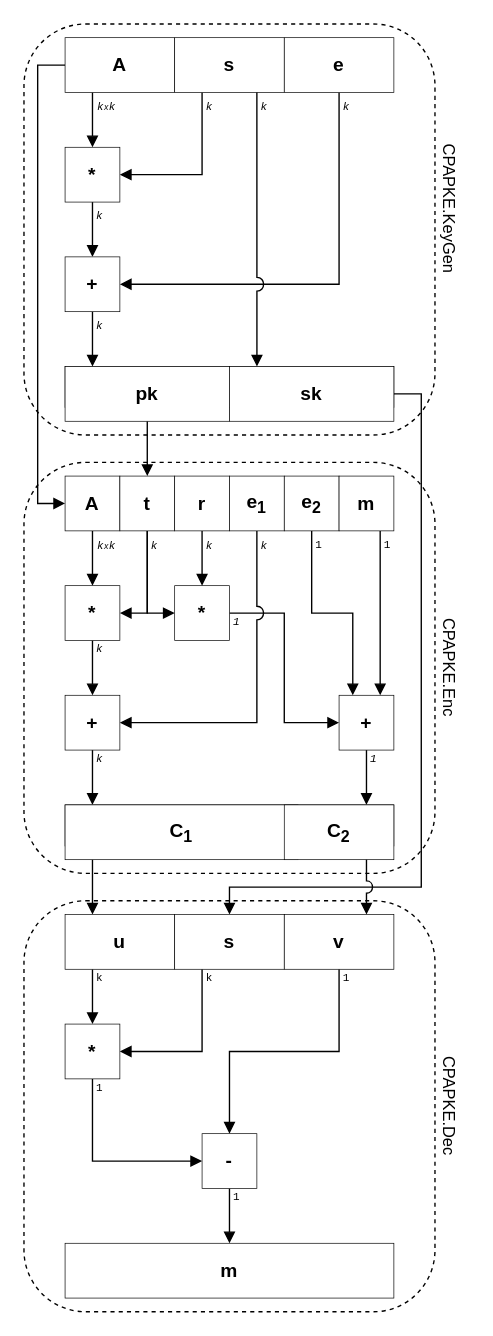
This is pictures/kyber_all.drawio from SamoKopecky/diploma-thesis-latex, a draw.io file, before an edit. Source tidied: cells renumbered, new cells numbered last; positions are measured from the earlier drawing's top-left corner, leaving out a move shared by most shapes. Both pictures are drawn from the tidied source at 137%, with x=0, y=0 at pixel (23, 23).
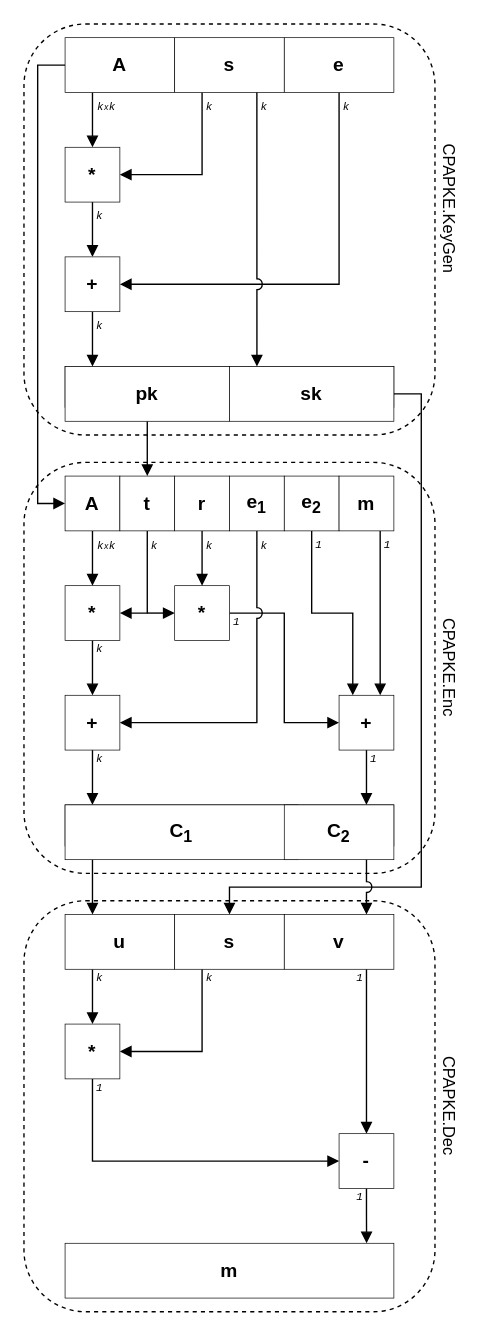
Above is the later version.

The change refers to these unchanged cells:
```xml
<mxCell id="7" value="&lt;b&gt;sk&lt;/b&gt;" style="rounded=0;whiteSpace=wrap;html=1;strokeWidth=0.5;fontFamily=Helvetica;fontSize=14;fillColor=default;" parent="1" vertex="1">
  <mxGeometry x="150" y="250" width="120" height="40" as="geometry" />
</mxCell>
<mxCell id="12" value="&lt;b&gt;s&lt;/b&gt;" style="rounded=0;whiteSpace=wrap;html=1;strokeWidth=0.5;fontFamily=Helvetica;fontSize=14;fillColor=default;" parent="1" vertex="1">
  <mxGeometry x="110" y="10" width="80" height="40" as="geometry" />
</mxCell>
<mxCell id="32" value="&lt;b&gt;+&lt;/b&gt;" style="rounded=0;whiteSpace=wrap;html=1;strokeWidth=0.5;fontFamily=Helvetica;fontSize=14;fillColor=default;" parent="1" vertex="1">
  <mxGeometry x="30" y="490" width="40" height="40" as="geometry" />
</mxCell>
<mxCell id="35" value="&lt;b&gt;t&lt;/b&gt;" style="rounded=0;whiteSpace=wrap;html=1;strokeWidth=0.5;fontFamily=Helvetica;fontSize=14;fillColor=default;" parent="33" vertex="1">
  <mxGeometry x="40" width="40" height="40" as="geometry" />
</mxCell>
<mxCell id="37" value="&lt;b&gt;e&lt;sub&gt;1&lt;/sub&gt;&lt;/b&gt;" style="rounded=0;whiteSpace=wrap;html=1;strokeWidth=0.5;fontFamily=Helvetica;fontSize=14;fillColor=default;" parent="33" vertex="1">
  <mxGeometry x="120" width="40" height="40" as="geometry" />
</mxCell>
<mxCell id="41" value="&lt;b&gt;*&lt;/b&gt;" style="rounded=0;whiteSpace=wrap;html=1;strokeWidth=0.5;fontFamily=Helvetica;fontSize=14;fillColor=default;" parent="1" vertex="1">
  <mxGeometry x="110" y="410" width="40" height="40" as="geometry" />
</mxCell>
<mxCell id="45" value="&lt;b&gt;C&lt;sub&gt;1&lt;/sub&gt;&lt;/b&gt;" style="rounded=0;whiteSpace=wrap;html=1;strokeWidth=0.5;fontFamily=Helvetica;fontSize=14;fillColor=default;" parent="1" vertex="1">
  <mxGeometry x="30" y="570" width="170" height="40" as="geometry" />
</mxCell>
<mxCell id="46" value="&lt;b&gt;C&lt;sub&gt;2&lt;/sub&gt;&lt;/b&gt;" style="rounded=0;whiteSpace=wrap;html=1;strokeWidth=0.5;fontFamily=Helvetica;fontSize=14;fillColor=default;" parent="1" vertex="1">
  <mxGeometry x="190" y="570" width="80" height="40" as="geometry" />
</mxCell>
<mxCell id="62" value="&lt;b&gt;m&lt;/b&gt;" style="rounded=0;whiteSpace=wrap;html=1;strokeWidth=0.5;fontFamily=Helvetica;fontSize=14;fillColor=default;" parent="1" vertex="1">
  <mxGeometry x="30" y="890" width="240" height="40" as="geometry" />
</mxCell>
<mxCell id="64" value="&lt;b&gt;u&lt;/b&gt;" style="rounded=0;whiteSpace=wrap;html=1;strokeWidth=0.5;fontFamily=Helvetica;fontSize=14;fillColor=default;" parent="1" vertex="1">
  <mxGeometry x="30" y="650" width="80" height="40" as="geometry" />
</mxCell>
<mxCell id="66" value="&lt;b&gt;s&lt;/b&gt;" style="rounded=0;whiteSpace=wrap;html=1;strokeWidth=0.5;fontFamily=Helvetica;fontSize=14;fillColor=default;" parent="1" vertex="1">
  <mxGeometry x="110" y="650" width="80" height="40" as="geometry" />
</mxCell>
<mxCell id="68" value="&lt;b&gt;v&lt;/b&gt;" style="rounded=0;whiteSpace=wrap;html=1;strokeWidth=0.5;fontFamily=Helvetica;fontSize=14;fillColor=default;" parent="1" vertex="1">
  <mxGeometry x="190" y="650" width="80" height="40" as="geometry" />
</mxCell>
```

Change to the diagram source:
```diff
@@
+    <mxCell id="82" style="rounded=1;whiteSpace=wrap;html=1;fillColor=none;dashed=1;" parent="1" vertex="1">
+      <mxGeometry y="640" width="300" height="300" as="geometry" />
+    </mxCell>
+    <mxCell id="80" style="rounded=1;whiteSpace=wrap;html=1;fillColor=none;dashed=1;" parent="1" vertex="1">
+      <mxGeometry y="320" width="300" height="300" as="geometry" />
+    </mxCell>
@@
-    <mxCell id="3" style="edgeStyle=orthogonalEdgeStyle;rounded=0;jettySize=auto;html=1;fontFamily=Courier New;fontSize=8;endArrow=block;endFill=1;entryX=0.5;entryY=0;entryDx=0;entryDy=0;jumpStyle=arc;jumpSize=10;" parent="1" edge="1" source="7" target="66">
+    <mxCell id="3" style="edgeStyle=orthogonalEdgeStyle;rounded=0;jettySize=auto;html=1;fontFamily=Courier New;fontSize=8;endArrow=block;endFill=1;entryX=0.5;entryY=0;entryDx=0;entryDy=0;jumpStyle=arc;jumpSize=10;" parent="1" edge="1" source="7">
       <mxGeometry relative="1" as="geometry">
+        <mxPoint x="150" y="650" as="targetPoint" />
         <Array as="points">
           <mxPoint x="290" y="270" />
           <mxPoint x="290" y="630" />
           <mxPoint x="150" y="630" />
         </Array>
       </mxGeometry>
     </mxCell>
@@
-    <mxCell id="19" style="edgeStyle=orthogonalEdgeStyle;rounded=0;sketch=0;jumpStyle=arc;jumpSize=10;jettySize=auto;html=1;shadow=0;fontFamily=Courier New;fontSize=8;endArrow=block;endFill=1;entryX=0.167;entryY=0;entryDx=0;entryDy=0;entryPerimeter=0;" parent="1" edge="1" source="12" target="7">
+    <mxCell id="19" style="edgeStyle=orthogonalEdgeStyle;rounded=0;sketch=0;jumpStyle=arc;jumpSize=8;jettySize=auto;html=1;shadow=0;fontFamily=Courier New;fontSize=8;endArrow=block;endFill=1;entryX=0.167;entryY=0;entryDx=0;entryDy=0;entryPerimeter=0;" parent="1" edge="1" source="12" target="7">
       <mxGeometry relative="1" as="geometry">
         <Array as="points">
           <mxPoint x="170" y="110" />
           <mxPoint x="170" y="110" />
         </Array>
       </mxGeometry>
     </mxCell>
@@
+    <mxCell id="84" style="edgeStyle=orthogonalEdgeStyle;rounded=0;jettySize=auto;html=1;endArrow=block;endFill=1;entryX=0;entryY=0.5;entryDx=0;entryDy=0;" parent="1" edge="1" target="41">
+      <mxGeometry relative="1" as="geometry">
+        <mxPoint x="90" y="430" as="sourcePoint" />
+      </mxGeometry>
+    </mxCell>
@@
-    <mxCell id="42" style="edgeStyle=orthogonalEdgeStyle;rounded=0;jettySize=auto;html=1;entryX=0;entryY=0.5;entryDx=0;entryDy=0;fontFamily=Helvetica;fontSize=14;endArrow=block;endFill=1;" parent="1" edge="1" source="35" target="41">
-      <mxGeometry relative="1" as="geometry">
-        <Array as="points">
-          <mxPoint x="90" y="430" />
-        </Array>
-      </mxGeometry>
-    </mxCell>
@@
-    <mxCell id="44" style="edgeStyle=orthogonalEdgeStyle;rounded=0;jettySize=auto;html=1;entryX=0.25;entryY=0;entryDx=0;entryDy=0;fontFamily=Courier New;fontSize=8;endArrow=block;endFill=1;" parent="1" edge="1" source="45" target="64">
+    <mxCell id="44" style="edgeStyle=orthogonalEdgeStyle;rounded=0;jettySize=auto;html=1;entryX=0.25;entryY=0;entryDx=0;entryDy=0;fontFamily=Courier New;fontSize=8;endArrow=block;endFill=1;" parent="1" edge="1" source="45">
       <mxGeometry relative="1" as="geometry">
+        <mxPoint x="50" y="650" as="targetPoint" />
         <Array as="points">
           <mxPoint x="50" y="620" />
           <mxPoint x="50" y="620" />
         </Array>
       </mxGeometry>
     </mxCell>
@@
-    <mxCell id="51" style="edgeStyle=orthogonalEdgeStyle;rounded=0;jettySize=auto;html=1;entryX=1;entryY=0.5;entryDx=0;entryDy=0;fontFamily=Helvetica;fontSize=14;endArrow=block;endFill=1;shadow=0;sketch=0;jumpStyle=arc;jumpSize=10;" parent="1" edge="1" source="37" target="32">
+    <mxCell id="51" style="edgeStyle=orthogonalEdgeStyle;rounded=0;jettySize=auto;html=1;entryX=1;entryY=0.5;entryDx=0;entryDy=0;fontFamily=Helvetica;fontSize=14;endArrow=block;endFill=1;shadow=0;sketch=0;jumpStyle=arc;jumpSize=8;" parent="1" edge="1" source="37" target="32">
       <mxGeometry relative="1" as="geometry">
         <Array as="points">
           <mxPoint x="170" y="510" />
         </Array>
       </mxGeometry>
     </mxCell>
@@
-    <mxCell id="55" value="&lt;font style=&quot;font-size: 8px;&quot;&gt;1&lt;/font&gt;" style="text;html=1;align=center;verticalAlign=middle;strokeColor=none;fillColor=none;fontSize=6;fontFamily=Courier New;" parent="1" vertex="1">
+    <mxCell id="55" value="&lt;font style=&quot;font-size: 8px;&quot;&gt;1&lt;/font&gt;" style="text;html=1;align=center;verticalAlign=middle;strokeColor=none;fillColor=none;fontSize=6;fontFamily=Courier New;fontStyle=2;" parent="1" vertex="1">
       <mxGeometry x="200" y="370" width="30" height="20" as="geometry" />
     </mxCell>
@@
-    <mxCell id="57" value="&lt;font style=&quot;font-size: 8px;&quot;&gt;1&lt;/font&gt;" style="text;html=1;align=center;verticalAlign=middle;strokeColor=none;fillColor=none;fontSize=6;fontFamily=Courier New;" parent="1" vertex="1">
+    <mxCell id="57" value="&lt;font style=&quot;font-size: 8px;&quot;&gt;1&lt;/font&gt;" style="text;html=1;align=center;verticalAlign=middle;strokeColor=none;fillColor=none;fontSize=6;fontFamily=Courier New;fontStyle=2;" parent="1" vertex="1">
       <mxGeometry x="250" y="370" width="30" height="20" as="geometry" />
     </mxCell>
@@
+    <mxCell id="78" style="edgeStyle=orthogonalEdgeStyle;rounded=0;jettySize=auto;html=1;fontFamily=Courier New;fontSize=8;endArrow=block;endFill=1;entryX=0.75;entryY=0;entryDx=0;entryDy=0;jumpStyle=arc;jumpSize=8;" parent="1" edge="1" source="46">
+      <mxGeometry relative="1" as="geometry">
+        <mxPoint x="250" y="650" as="targetPoint" />
+        <Array as="points">
+          <mxPoint x="250" y="620" />
+          <mxPoint x="250" y="620" />
+        </Array>
+      </mxGeometry>
+    </mxCell>
+    <mxCell id="79" value="CPAPKE.KeyGen" style="text;html=1;strokeColor=none;fillColor=none;align=center;verticalAlign=middle;whiteSpace=wrap;rounded=0;rotation=90;" parent="1" vertex="1">
+      <mxGeometry x="280" y="120" width="60" height="30" as="geometry" />
+    </mxCell>
+    <mxCell id="81" value="CPAPKE.Enc" style="text;html=1;strokeColor=none;fillColor=none;align=center;verticalAlign=middle;whiteSpace=wrap;rounded=0;rotation=90;" parent="1" vertex="1">
+      <mxGeometry x="280" y="455" width="60" height="30" as="geometry" />
+    </mxCell>
+    <mxCell id="83" value="CPAPKE.Dec" style="text;html=1;strokeColor=none;fillColor=none;align=center;verticalAlign=middle;whiteSpace=wrap;rounded=0;rotation=90;" parent="1" vertex="1">
+      <mxGeometry x="280" y="775" width="60" height="30" as="geometry" />
+    </mxCell>
@@
     <mxCell id="67" style="edgeStyle=orthogonalEdgeStyle;rounded=0;jettySize=auto;html=1;entryX=0.5;entryY=0;entryDx=0;entryDy=0;endArrow=block;endFill=1;" parent="1" edge="1" source="68" target="72">
       <mxGeometry relative="1" as="geometry">
         <Array as="points">
-          <mxPoint x="230" y="750" />
-          <mxPoint x="150" y="750" />
+          <mxPoint x="250" y="730" />
+          <mxPoint x="250" y="730" />
         </Array>
       </mxGeometry>
     </mxCell>
@@
-    <mxCell id="71" style="edgeStyle=orthogonalEdgeStyle;rounded=0;jettySize=auto;html=1;entryX=0.5;entryY=0;entryDx=0;entryDy=0;endArrow=block;endFill=1;" parent="1" edge="1" source="72" target="62">
+    <mxCell id="71" style="edgeStyle=orthogonalEdgeStyle;rounded=0;jettySize=auto;html=1;entryX=0.917;entryY=0;entryDx=0;entryDy=0;endArrow=block;endFill=1;entryPerimeter=0;" parent="1" edge="1" source="72" target="62">
       <mxGeometry relative="1" as="geometry" />
     </mxCell>
     <mxCell id="72" value="&lt;b&gt;-&lt;/b&gt;" style="rounded=0;whiteSpace=wrap;html=1;strokeWidth=0.5;fontFamily=Helvetica;fontSize=14;fillColor=default;" parent="1" vertex="1">
-      <mxGeometry x="130" y="810" width="40" height="40" as="geometry" />
+      <mxGeometry x="230" y="810" width="40" height="40" as="geometry" />
     </mxCell>
-    <mxCell id="73" value="&lt;font face=&quot;Courier New&quot; style=&quot;font-size: 8px;&quot;&gt;k&lt;/font&gt;" style="text;html=1;align=center;verticalAlign=middle;strokeColor=none;fillColor=none;" parent="1" vertex="1">
-      <mxGeometry x="40" y="680" width="30" height="30" as="geometry" />
-    </mxCell>
-    <mxCell id="74" value="&lt;font face=&quot;Courier New&quot; style=&quot;font-size: 8px;&quot;&gt;k&lt;/font&gt;" style="text;html=1;align=center;verticalAlign=middle;strokeColor=none;fillColor=none;" parent="1" vertex="1">
-      <mxGeometry x="120" y="680" width="30" height="30" as="geometry" />
-    </mxCell>
-    <mxCell id="75" value="&lt;font face=&quot;Courier New&quot; style=&quot;font-size: 8px;&quot;&gt;1&lt;/font&gt;" style="text;html=1;align=center;verticalAlign=middle;strokeColor=none;fillColor=none;" parent="1" vertex="1">
-      <mxGeometry x="220" y="680" width="30" height="30" as="geometry" />
-    </mxCell>
-    <mxCell id="76" value="&lt;font face=&quot;Courier New&quot; style=&quot;font-size: 8px;&quot;&gt;1&lt;/font&gt;" style="text;html=1;align=center;verticalAlign=middle;strokeColor=none;fillColor=none;" parent="1" vertex="1">
-      <mxGeometry x="40" y="760" width="30" height="30" as="geometry" />
-    </mxCell>
-    <mxCell id="77" value="&lt;font face=&quot;Courier New&quot; style=&quot;font-size: 8px;&quot;&gt;1&lt;/font&gt;" style="text;html=1;align=center;verticalAlign=middle;strokeColor=none;fillColor=none;" parent="1" vertex="1">
-      <mxGeometry x="140" y="840" width="30" height="30" as="geometry" />
-    </mxCell>
-    <mxCell id="78" style="edgeStyle=orthogonalEdgeStyle;rounded=0;jettySize=auto;html=1;fontFamily=Courier New;fontSize=8;endArrow=block;endFill=1;entryX=0.75;entryY=0;entryDx=0;entryDy=0;jumpStyle=arc;jumpSize=9;" parent="1" edge="1" source="46" target="68">
-      <mxGeometry relative="1" as="geometry">
-        <Array as="points">
-          <mxPoint x="250" y="620" />
-          <mxPoint x="250" y="620" />
-        </Array>
-      </mxGeometry>
-    </mxCell>
-    <mxCell id="79" value="CPAPKE.KeyGen" style="text;html=1;strokeColor=none;fillColor=none;align=center;verticalAlign=middle;whiteSpace=wrap;rounded=0;rotation=90;" parent="1" vertex="1">
-      <mxGeometry x="280" y="120" width="60" height="30" as="geometry" />
-    </mxCell>
-    <mxCell id="80" style="rounded=1;whiteSpace=wrap;html=1;fillColor=none;dashed=1;" parent="1" vertex="1">
-      <mxGeometry y="320" width="300" height="300" as="geometry" />
-    </mxCell>
-    <mxCell id="81" value="CPAPKE.Enc" style="text;html=1;strokeColor=none;fillColor=none;align=center;verticalAlign=middle;whiteSpace=wrap;rounded=0;rotation=90;" parent="1" vertex="1">
-      <mxGeometry x="280" y="455" width="60" height="30" as="geometry" />
-    </mxCell>
-    <mxCell id="82" style="rounded=1;whiteSpace=wrap;html=1;fillColor=none;dashed=1;" parent="1" vertex="1">
-      <mxGeometry y="640" width="300" height="300" as="geometry" />
-    </mxCell>
-    <mxCell id="83" value="CPAPKE.Dec" style="text;html=1;strokeColor=none;fillColor=none;align=center;verticalAlign=middle;whiteSpace=wrap;rounded=0;rotation=90;" parent="1" vertex="1">
-      <mxGeometry x="280" y="775" width="60" height="30" as="geometry" />
-    </mxCell>
+    <mxCell id="85" value="&lt;font face=&quot;Courier New&quot; style=&quot;font-size: 8px;&quot;&gt;k&lt;/font&gt;" style="text;html=1;align=center;verticalAlign=middle;strokeColor=none;fillColor=none;fontStyle=2;" parent="1" vertex="1">
+      <mxGeometry x="40" y="680" width="30" height="30" as="geometry" />
+    </mxCell>
+    <mxCell id="86" value="&lt;font face=&quot;Courier New&quot; style=&quot;font-size: 8px;&quot;&gt;k&lt;/font&gt;" style="text;html=1;align=center;verticalAlign=middle;strokeColor=none;fillColor=none;fontStyle=2;" parent="1" vertex="1">
+      <mxGeometry x="120" y="680" width="30" height="30" as="geometry" />
+    </mxCell>
+    <mxCell id="87" value="&lt;font face=&quot;Courier New&quot; style=&quot;font-size: 8px;&quot;&gt;1&lt;/font&gt;" style="text;html=1;align=center;verticalAlign=middle;strokeColor=none;fillColor=none;fontStyle=2;" parent="1" vertex="1">
+      <mxGeometry x="230" y="680" width="30" height="30" as="geometry" />
+    </mxCell>
+    <mxCell id="88" value="&lt;font face=&quot;Courier New&quot; style=&quot;font-size: 8px;&quot;&gt;1&lt;/font&gt;" style="text;html=1;align=center;verticalAlign=middle;strokeColor=none;fillColor=none;fontStyle=2;" parent="1" vertex="1">
+      <mxGeometry x="40" y="760" width="30" height="30" as="geometry" />
+    </mxCell>
+    <mxCell id="89" value="&lt;font face=&quot;Courier New&quot; style=&quot;font-size: 8px;&quot;&gt;1&lt;/font&gt;" style="text;html=1;align=center;verticalAlign=middle;strokeColor=none;fillColor=none;fontStyle=2;" parent="1" vertex="1">
+      <mxGeometry x="230" y="840" width="30" height="30" as="geometry" />
+    </mxCell>
```
